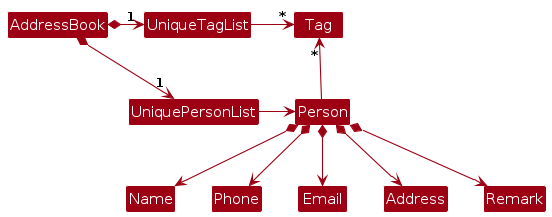
Before: diagrams/BetterModelClassDiagram.png, a diagram exported from PlantUML (hazzle23/tp). Its source is kept beside it as diagrams/BetterModelClassDiagram.puml. Its diagram source:
```plantuml
@startuml
!include style.puml
skinparam arrowThickness 1.1
skinparam arrowColor MODEL_COLOR
skinparam classBackgroundColor MODEL_COLOR

AddressBook *-right-> "1" UniquePersonList
AddressBook *-right-> "1" UniqueTagList
UniqueTagList -[hidden]down- UniquePersonList
UniqueTagList -[hidden]down- UniquePersonList

UniqueTagList -right-> "*" Tag
UniquePersonList -right-> Person

Person -up-> "*" Tag

Person *--> Name
Person *--> Phone
Person *--> Email
Person *--> Address
Person *--> Remark
@enduml
```
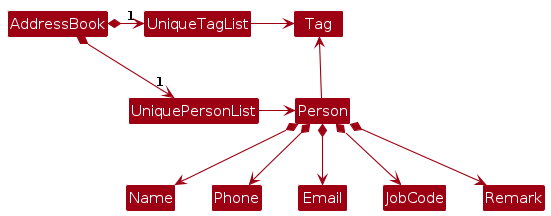
The same file after the commit.

Change to the diagram source:
```diff
@@ -9,14 +9,14 @@
 UniqueTagList -[hidden]down- UniquePersonList
 UniqueTagList -[hidden]down- UniquePersonList
 
-UniqueTagList -right-> "*" Tag
+UniqueTagList -right-> Tag
 UniquePersonList -right-> Person
 
-Person -up-> "*" Tag
+Person -up-> Tag
 
 Person *--> Name
 Person *--> Phone
 Person *--> Email
-Person *--> Address
+Person *--> JobCode
 Person *--> Remark
 @enduml
```
